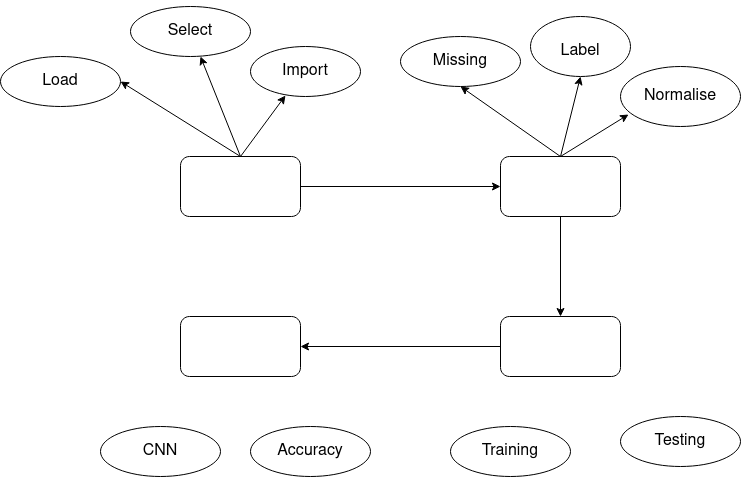
Above: ER Diagram.drawio.png in ThenmozhiBalasubramanian/mcaProjectDiagram (draw.io), before the change. Source tidied: cells renumbered, new cells last; positions are measured from the earlier drawing's top-left corner, leaving out a move shared by most shapes.
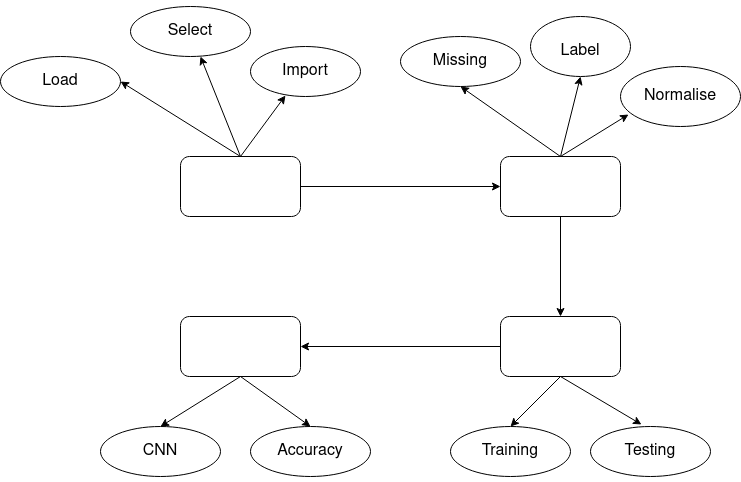
Later version of the same file.

What changed in the source:
```diff
@@ -66,7 +66,7 @@
       <mxGeometry x="480" y="430" width="60" height="30" as="geometry" />
     </mxCell>
     <mxCell id="23" value="&lt;h4 style=&quot;font-size: 16px;&quot;&gt;&lt;font style=&quot;font-size: 16px;&quot;&gt;&lt;span style=&quot;font-weight: normal;&quot;&gt;Testing&lt;/span&gt;&lt;/font&gt;&lt;/h4&gt;" style="text;html=1;strokeColor=none;fillColor=none;align=center;verticalAlign=middle;whiteSpace=wrap;rounded=0;" parent="1" vertex="1">
-      <mxGeometry x="650" y="420" width="60" height="30" as="geometry" />
+      <mxGeometry x="620" y="430" width="60" height="30" as="geometry" />
     </mxCell>
     <mxCell id="24" value="&lt;h4&gt;&lt;font size=&quot;1&quot;&gt;&lt;span style=&quot;font-weight: normal; font-size: 16px;&quot;&gt;CNN&lt;/span&gt;&lt;/font&gt;&lt;/h4&gt;" style="text;html=1;strokeColor=none;fillColor=none;align=center;verticalAlign=middle;whiteSpace=wrap;rounded=0;" parent="1" vertex="1">
       <mxGeometry x="130" y="430" width="60" height="30" as="geometry" />
@@ -101,7 +101,21 @@
       <mxGeometry x="450" y="420" width="120" height="50" as="geometry" />
     </mxCell>
     <mxCell id="34" style="ellipse;whiteSpace=wrap;html=1;fillColor=none;" parent="1" vertex="1">
-      <mxGeometry x="620" y="410" width="120" height="50" as="geometry" />
+      <mxGeometry x="590" y="420" width="120" height="50" as="geometry" />
     </mxCell>
+    <mxCell id="35" style="endArrow=classic;html=1;rounded=0;fontSize=16;entryX=0.425;entryY=-0.04;entryDx=0;entryDy=0;entryPerimeter=0;exitX=0.5;exitY=1;exitDx=0;exitDy=0;" parent="1" edge="1" source="4" target="34">
+      <mxGeometry relative="1" as="geometry" />
+    </mxCell>
+    <mxCell id="36" style="endArrow=classic;html=1;rounded=0;fontSize=16;entryX=0.5;entryY=0;entryDx=0;entryDy=0;exitX=0.5;exitY=1;exitDx=0;exitDy=0;" parent="1" edge="1" source="4" target="33">
+      <mxGeometry relative="1" as="geometry" />
+    </mxCell>
+    <mxCell id="37" style="endArrow=classic;html=1;rounded=0;fontSize=16;entryX=0.5;entryY=0;entryDx=0;entryDy=0;" parent="1" edge="1" target="32">
+      <mxGeometry relative="1" as="geometry">
+        <mxPoint x="240" y="370" as="sourcePoint" />
+      </mxGeometry>
+    </mxCell>
+    <mxCell id="38" style="endArrow=classic;html=1;rounded=0;fontSize=16;entryX=0.5;entryY=0;entryDx=0;entryDy=0;exitX=0.5;exitY=1;exitDx=0;exitDy=0;" parent="1" edge="1" source="2" target="31">
+      <mxGeometry relative="1" as="geometry" />
+    </mxCell>
   </root>
 </mxGraphModel>
```
